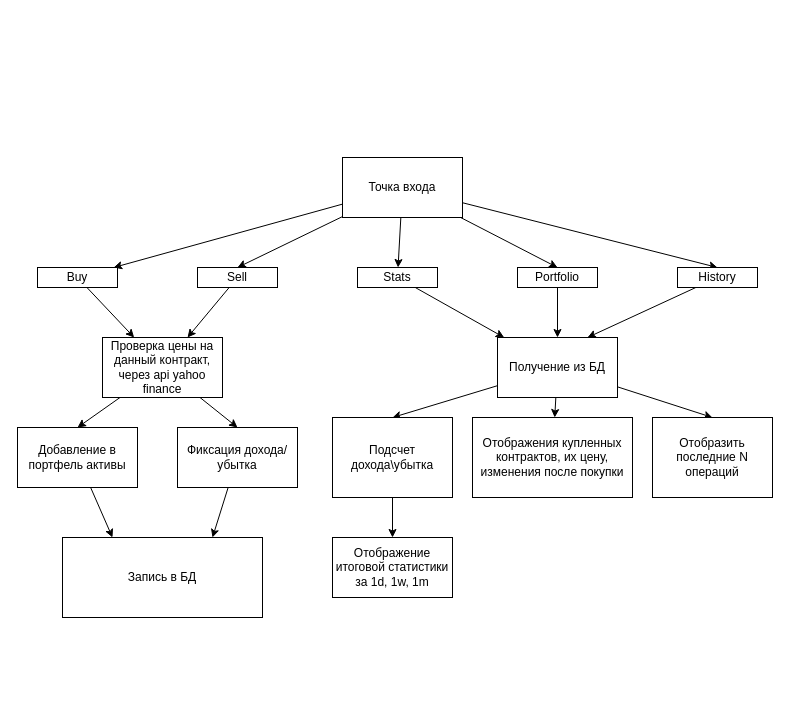
Before: schema.dio in IIIUBA/TradeCLI, a draw.io diagram. Source tidied: cells renumbered, new cells numbered last; positions are measured from the earlier drawing's top-left corner, leaving out a move shared by most shapes. Both pictures are drawn from the tidied source at 100%, with x=0, y=0 at pixel (17, 157).
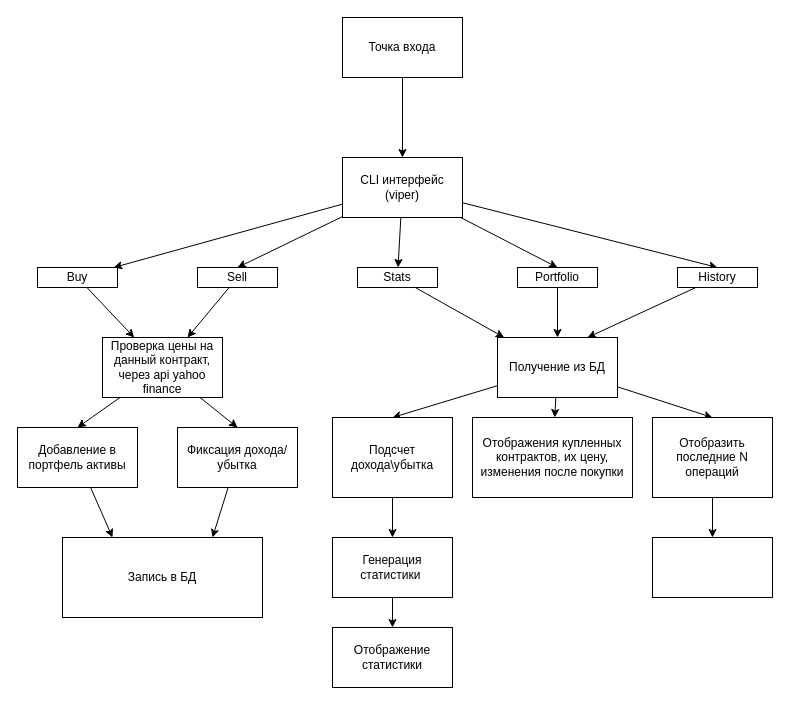
The same page after the edit.

The change refers to these unchanged cells:
```xml
<mxCell id="33" value="Отобразить последние N операций" style="whiteSpace=wrap;html=1;" parent="1" vertex="1">
  <mxGeometry x="635" y="260" width="120" height="80" as="geometry" />
</mxCell>
```

Change to the diagram source:
```diff
@@
-    <mxCell id="7" value="Точка входа" style="whiteSpace=wrap;html=1;" parent="1" vertex="1">
+    <mxCell id="7" value="CLI интерфейс (viper)" style="whiteSpace=wrap;html=1;" parent="1" vertex="1">
       <mxGeometry x="325" width="120" height="60" as="geometry" />
     </mxCell>
@@
+    <mxCell id="35" style="edgeStyle=none;html=1;" parent="1" edge="1" source="33" target="40">
+      <mxGeometry relative="1" as="geometry" />
+    </mxCell>
@@
+    <mxCell id="36" style="edgeStyle=none;html=1;" parent="1" edge="1" source="34" target="39">
+      <mxGeometry relative="1" as="geometry" />
+    </mxCell>
-    <mxCell id="34" value="Отображение итоговой статистики за 1d, 1w, 1m" style="whiteSpace=wrap;html=1;" parent="1" vertex="1">
+    <mxCell id="34" value="Генерация статистики&amp;nbsp;" style="whiteSpace=wrap;html=1;" parent="1" vertex="1">
       <mxGeometry x="315" y="380" width="120" height="60" as="geometry" />
     </mxCell>
+    <mxCell id="37" style="edgeStyle=none;html=1;" parent="1" edge="1" source="38" target="7">
+      <mxGeometry relative="1" as="geometry" />
+    </mxCell>
+    <mxCell id="38" value="Точка входа" style="whiteSpace=wrap;html=1;" parent="1" vertex="1">
+      <mxGeometry x="325" y="-140" width="120" height="60" as="geometry" />
+    </mxCell>
+    <mxCell id="39" value="Отображение статистики" style="whiteSpace=wrap;html=1;" parent="1" vertex="1">
+      <mxGeometry x="315" y="470" width="120" height="60" as="geometry" />
+    </mxCell>
+    <mxCell id="40" style="whiteSpace=wrap;html=1;" parent="1" vertex="1">
+      <mxGeometry x="635" y="380" width="120" height="60" as="geometry" />
+    </mxCell>
```
